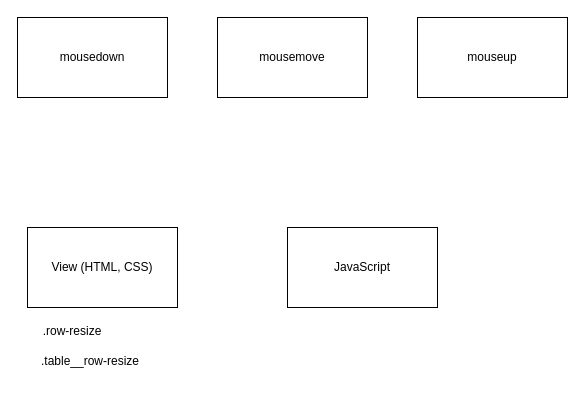
Above: page "Page-3" (3 of 3) of result-excel-framework.drawio in zak427zak/result-excel (draw.io), before the change. Source tidied: cells renumbered, new cells numbered last; positions are measured from the earlier drawing's top-left corner, leaving out a move shared by most shapes. Both pictures are drawn from the tidied source at 100%, with x=0, y=0 at pixel (17, 17).
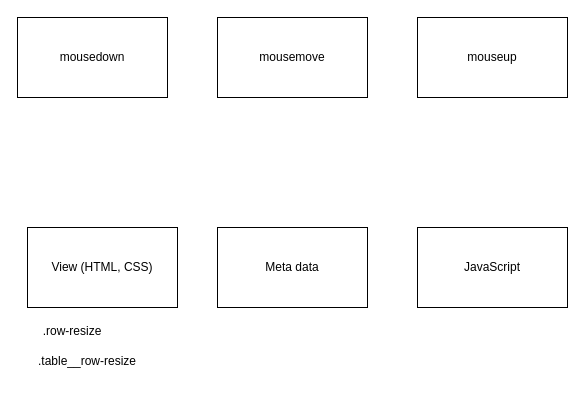
The same page after the edit.

Diff of the diagram source:
```diff
@@
 <mxGraphModel>
   <root>
     <mxCell id="0" />
     <mxCell id="1" parent="0" />
     <mxCell id="2" value="&lt;div&gt;mousedown&lt;/div&gt;" style="rounded=0;whiteSpace=wrap;html=1;" parent="1" vertex="1">
       <mxGeometry width="150" height="80" as="geometry" />
     </mxCell>
     <mxCell id="3" value="mousemove" style="rounded=0;whiteSpace=wrap;html=1;" parent="1" vertex="1">
       <mxGeometry x="200" width="150" height="80" as="geometry" />
     </mxCell>
     <mxCell id="4" value="&lt;div&gt;mouseup&lt;/div&gt;" style="rounded=0;whiteSpace=wrap;html=1;" parent="1" vertex="1">
       <mxGeometry x="400" width="150" height="80" as="geometry" />
     </mxCell>
     <mxCell id="5" value="View (HTML, CSS)" style="rounded=0;whiteSpace=wrap;html=1;" parent="1" vertex="1">
       <mxGeometry x="10" y="210" width="150" height="80" as="geometry" />
     </mxCell>
     <mxCell id="6" value="&lt;div&gt;JavaScript&lt;/div&gt;" style="rounded=0;whiteSpace=wrap;html=1;" parent="1" vertex="1">
-      <mxGeometry x="270" y="210" width="150" height="80" as="geometry" />
+      <mxGeometry x="400" y="210" width="150" height="80" as="geometry" />
     </mxCell>
     <mxCell id="7" value=".table__row-resize" style="text;html=1;strokeColor=none;fillColor=none;align=center;verticalAlign=middle;whiteSpace=wrap;rounded=0;" parent="1" vertex="1">
-      <mxGeometry x="13" y="329" width="120" height="30" as="geometry" />
+      <mxGeometry x="10" y="329" width="120" height="30" as="geometry" />
     </mxCell>
     <mxCell id="8" value=".row-resize" style="text;html=1;strokeColor=none;fillColor=none;align=center;verticalAlign=middle;whiteSpace=wrap;rounded=0;" parent="1" vertex="1">
       <mxGeometry x="10" y="299" width="90" height="30" as="geometry" />
     </mxCell>
+    <mxCell id="9" value="Meta data" style="rounded=0;whiteSpace=wrap;html=1;" parent="1" vertex="1">
+      <mxGeometry x="200" y="210" width="150" height="80" as="geometry" />
+    </mxCell>
   </root>
 </mxGraphModel>
```
